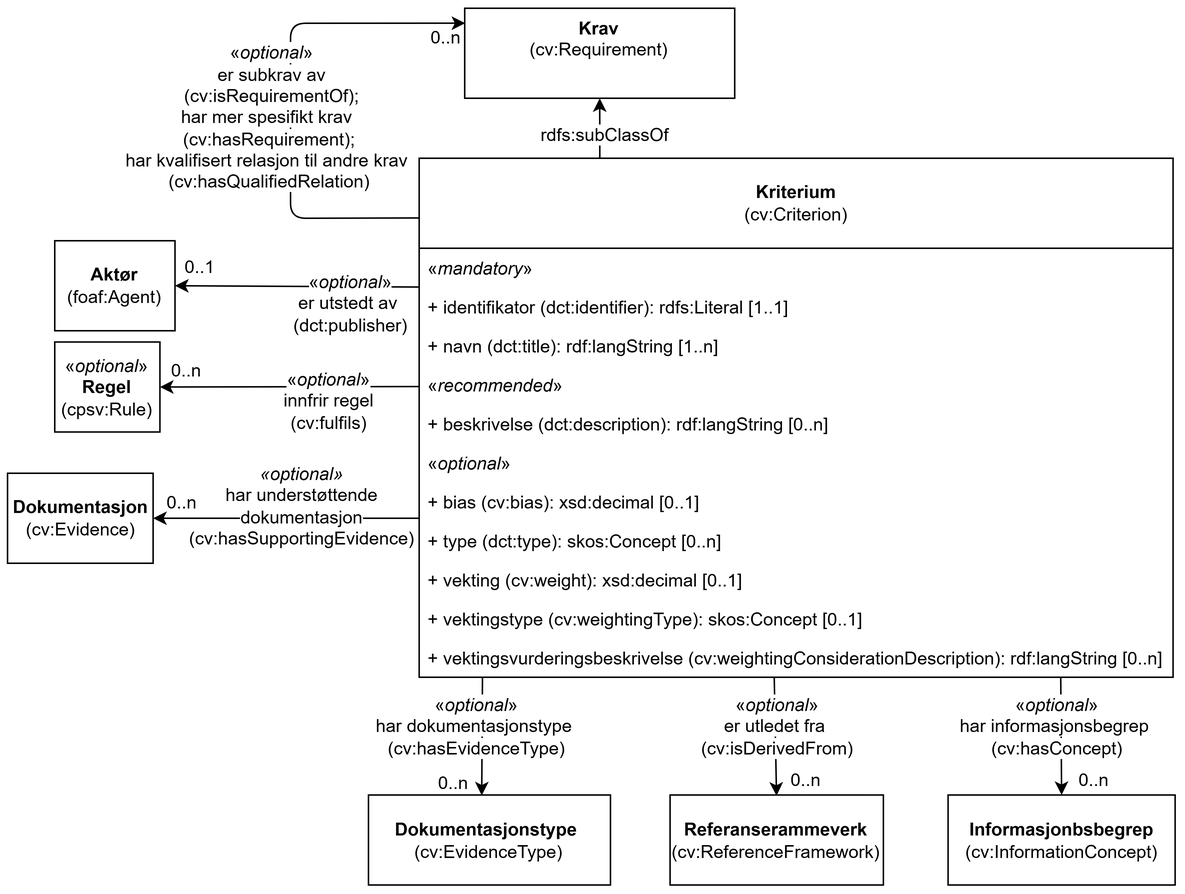
This is docs/images/KlassenKriterium.png from Informasjonsforvaltning/cccev-ap-no, a draw.io export, as it was before one commit. Source tidied: cells renumbered, new cells last; positions are measured from the earlier drawing's top-left corner, leaving out a move shared by most shapes.
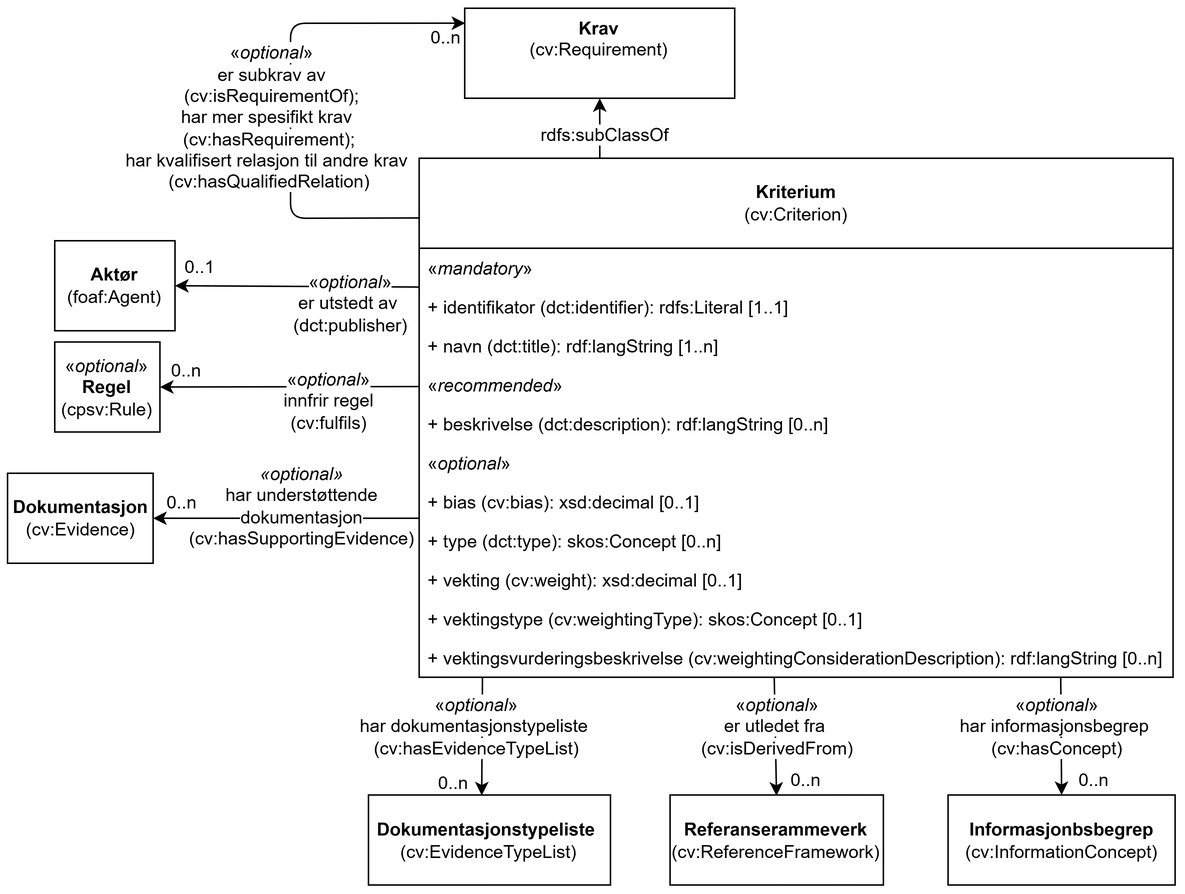
Later version of the same file.

Commit message:
Oppdaterer bruk av Dokumentasjonstypeliste

What changed in the source:
```diff
@@ -25,13 +25,13 @@
     <mxCell id="8" value="0..n" style="text;html=1;strokeColor=none;fillColor=none;align=center;verticalAlign=middle;whiteSpace=wrap;rounded=0;" parent="1" vertex="1">
       <mxGeometry x="710.5" y="504.5" width="26" height="20" as="geometry" />
     </mxCell>
-    <mxCell id="9" value="&lt;b&gt;Dokumentasjonstype&amp;nbsp;&lt;br&gt;&lt;/b&gt;(cv:EvidenceType)" style="rounded=0;whiteSpace=wrap;html=1;fillColor=none;strokeColor=#000000;" parent="1" vertex="1">
+    <mxCell id="9" value="&lt;b&gt;Dokumentasjonstypeliste&amp;nbsp;&lt;br&gt;&lt;/b&gt;(cv:EvidenceTypeList)" style="rounded=0;whiteSpace=wrap;html=1;fillColor=none;strokeColor=#000000;" parent="1" vertex="1">
       <mxGeometry x="240.1" y="524.5" width="161.3" height="60" as="geometry" />
     </mxCell>
     <mxCell id="10" style="endArrow=classic;html=1;rounded=0;exitX=0.084;exitY=0.985;exitDx=0;exitDy=0;exitPerimeter=0;entryX=0.468;entryY=0.005;entryDx=0;entryDy=0;entryPerimeter=0;" parent="1" edge="1" source="34" target="9">
       <mxGeometry relative="1" as="geometry" />
     </mxCell>
-    <mxCell id="11" value="&lt;span style=&quot;background-color: rgb(255, 255, 255);&quot;&gt;«&lt;i style=&quot;&quot;&gt;optional&lt;/i&gt;»&lt;br&gt;har dokumentasjonstype&amp;nbsp;&lt;br&gt;(cv:hasEvidenceType)&lt;/span&gt;" style="text;html=1;strokeColor=none;fillColor=none;align=center;verticalAlign=middle;whiteSpace=wrap;rounded=0;" parent="1" vertex="1">
+    <mxCell id="11" value="&lt;span style=&quot;background-color: rgb(255, 255, 255);&quot;&gt;«&lt;i style=&quot;&quot;&gt;optional&lt;/i&gt;»&lt;br&gt;har dokumentasjonstypeliste&amp;nbsp;&lt;br&gt;(cv:hasEvidenceTypeList)&lt;/span&gt;" style="text;html=1;strokeColor=none;fillColor=none;align=center;verticalAlign=middle;whiteSpace=wrap;rounded=0;" parent="1" vertex="1">
       <mxGeometry x="224.2" y="452.5" width="177.3" height="52" as="geometry" />
     </mxCell>
     <mxCell id="12" value="0..n" style="text;html=1;strokeColor=none;fillColor=none;align=center;verticalAlign=middle;whiteSpace=wrap;rounded=0;" parent="1" vertex="1">
```
